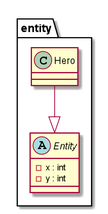
This is doc/first_sprint/diagrams/class/character.png from Reynault/ACL_2019_Zelpop, a PlantUML export, as it was before one commit.
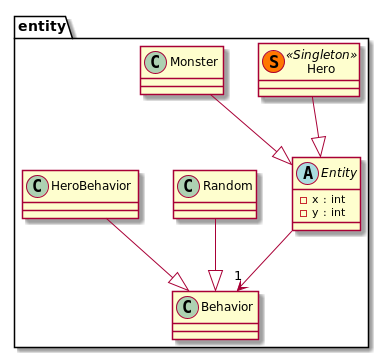
The same diagram one commit later.

Change to the diagram source:
```diff
@@ -7,12 +7,32 @@
         - y : int
     }
 
-    class Hero{
+    class Hero << (S,#FF7700) Singleton >>{
+
+    }
+
+    class Monster{
+
+    }
+
+    class Behavior{
+
+    }
+
+    class Random{
+
+    }
+
+    class HeroBehavior{
 
     }
 
 }
 
 Hero --|> Entity
+Monster --|> Entity
+Entity --> "1" Behavior
+HeroBehavior --|> Behavior
+Random --|> Behavior
 
 @enduml
```
